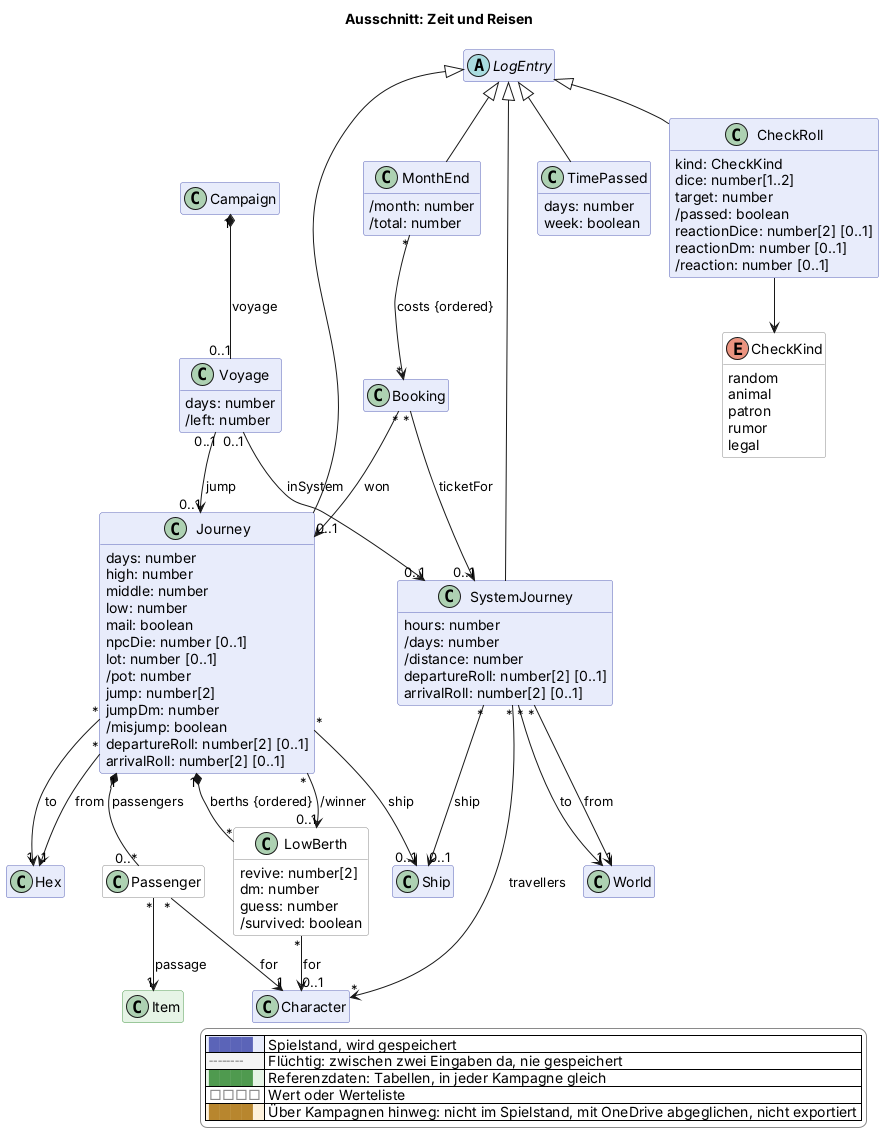
Before: docs/views/reise.png, a diagram exported from PlantUML (scuzzar/SRE). Source of this version:
```plantuml
@startuml
!if %not(%variable_exists("$change"))
!$change = "*"
!endif
!function $marked($c)
!return $change == "*" || $change == $c
!endfunction
!function $new($c, $t)
!if $marked($c)
!return "<color:#d0021b><b>" + $t + "</b></color>"
!endif
!return $t
!endfunction
!procedure $gone($c, $t)
!if $marked($c)
<color:#d0021b><s>$t</s></color>
!endif
!endprocedure
!function $newClass($c)
!if $marked($c)
!return "#line:d0021b;line.bold"
!endif
!return ""
!endfunction
!function $newArrow($c)
!if $marked($c)
!return "[#d0021b,bold]"
!endif
!return ""
!endfunction
!function $goneArrow($c)
!if $marked($c)
!return "[#d0021b,dashed]"
!endif
!return ""
!endfunction
!pragma layout smetana
title Ausschnitt: Zeit und Reisen
hide empty members
hide methods
skinparam classAttributeIconSize 0
skinparam shadowing false
skinparam packageStyle rectangle
skinparam class {
  BackgroundColor #e8ecfb
  BorderColor #5b64b8
  BackgroundColor<<transient>> #f4f4f4
  BorderColor<<transient>> #8a8a8a
  BackgroundColor<<reference>> #e6f4e6
  BorderColor<<reference>> #4f9a4f
  BackgroundColor<<value>> #ffffff
  BorderColor<<value>> #8a8a8a
  BackgroundColor<<browser>> #fdf1dc
  BorderColor<<browser>> #b8862e
}
skinparam legendBackgroundColor #ffffff
skinparam legendBorderColor #8a8a8a
<style>
classDiagram {
  class {
    .transient {
      LineStyle 5-3
    }
  }
}
</style>
hide <<transient>> stereotype
hide <<reference>> stereotype
hide <<value>> stereotype
hide <<browser>> stereotype

  class Campaign $kampagne
  class Booking $shop
  class Character $charakter

  class Ship $schiffe




  class Hex $sektor
  class World $sektor


  abstract class LogEntry $probe

  class TimePassed $reise {
    days: number
    week: boolean
  }
  class MonthEnd $reise {
    /month: number
    /total: number
  }
  class CheckRoll $reise {
    kind: CheckKind
    dice: number[1..2]
    target: number
    /passed: boolean
    reactionDice: number[2] [0..1]
    reactionDm: number [0..1]
    /reaction: number [0..1]
  }
  enum CheckKind <<value>> $reise {
    random
    animal
    patron
    rumor
    legal
  }
  class Journey $reise {
    days: number
    high: number
    middle: number
    low: number
    mail: boolean
    npcDie: number [0..1]
    lot: number [0..1]
    /pot: number
    jump: number[2]
    jumpDm: number
    /misjump: boolean
    departureRoll: number[2] [0..1]
    arrivalRoll: number[2] [0..1]
  }
  class Passenger <<value>> $reise {
  }
  class Voyage $reise {
    days: number
    /left: number
  }
  class SystemJourney $reise {
    hours: number
    /days: number
    /distance: number
    departureRoll: number[2] [0..1]
    arrivalRoll: number[2] [0..1]
  }
  class LowBerth <<value>> $reise {
    revive: number[2]
    dm: number
    guess: number
    /survived: boolean
  }


  class Item <<reference>> $shop





LogEntry <|-- TimePassed
LogEntry <|-- CheckRoll
CheckRoll --> CheckKind
LogEntry <|-- Journey
Journey "*" --> "1" Hex : from
Journey "*" --> "1" Hex : to
Journey "1" *-- "0..*" Passenger : passengers
Passenger "*" --> "1" Character : for
Passenger "*" --> "1" Item : passage
Journey "1" *-- "*" LowBerth : berths {ordered}
LowBerth "*" --> "0..1" Character : for
Journey "*" --> "0..1" LowBerth : /winner
Journey "*" --> "0..1" Ship : ship
LogEntry <|-- MonthEnd
MonthEnd "*" --> "*" Booking : costs {ordered}
Booking "*" --> "0..1" Journey : won
LogEntry <|-- SystemJourney
SystemJourney "*" --> "1" World : from
SystemJourney "*" --> "1" World : to
SystemJourney "*" --> "*" Character : travellers
SystemJourney "*" --> "0..1" Ship : ship
Campaign "1" *-- "0..1" Voyage : voyage
Voyage "0..1" --> "0..1" Journey : jump
Voyage "0..1" --> "0..1" SystemJourney : inSystem
Booking "*" --> "0..1" SystemJourney : ticketFor












legend right
  |<#e8ecfb> <color:#5b64b8>████</color> | Spielstand, wird gespeichert |
  |<#f4f4f4> <color:#8a8a8a>╌╌╌╌</color> | Flüchtig: zwischen zwei Eingaben da, nie gespeichert |
  |<#e6f4e6> <color:#4f9a4f>████</color> | Referenzdaten: Tabellen, in jeder Kampagne gleich |
  |<#ffffff> <color:#8a8a8a>□□□□</color> | Wert oder Werteliste |
  |<#fdf1dc> <color:#b8862e>████</color> | Über Kampagnen hinweg: nicht im Spielstand, mit OneDrive abgeglichen, nicht exportiert |
endlegend
@enduml
```
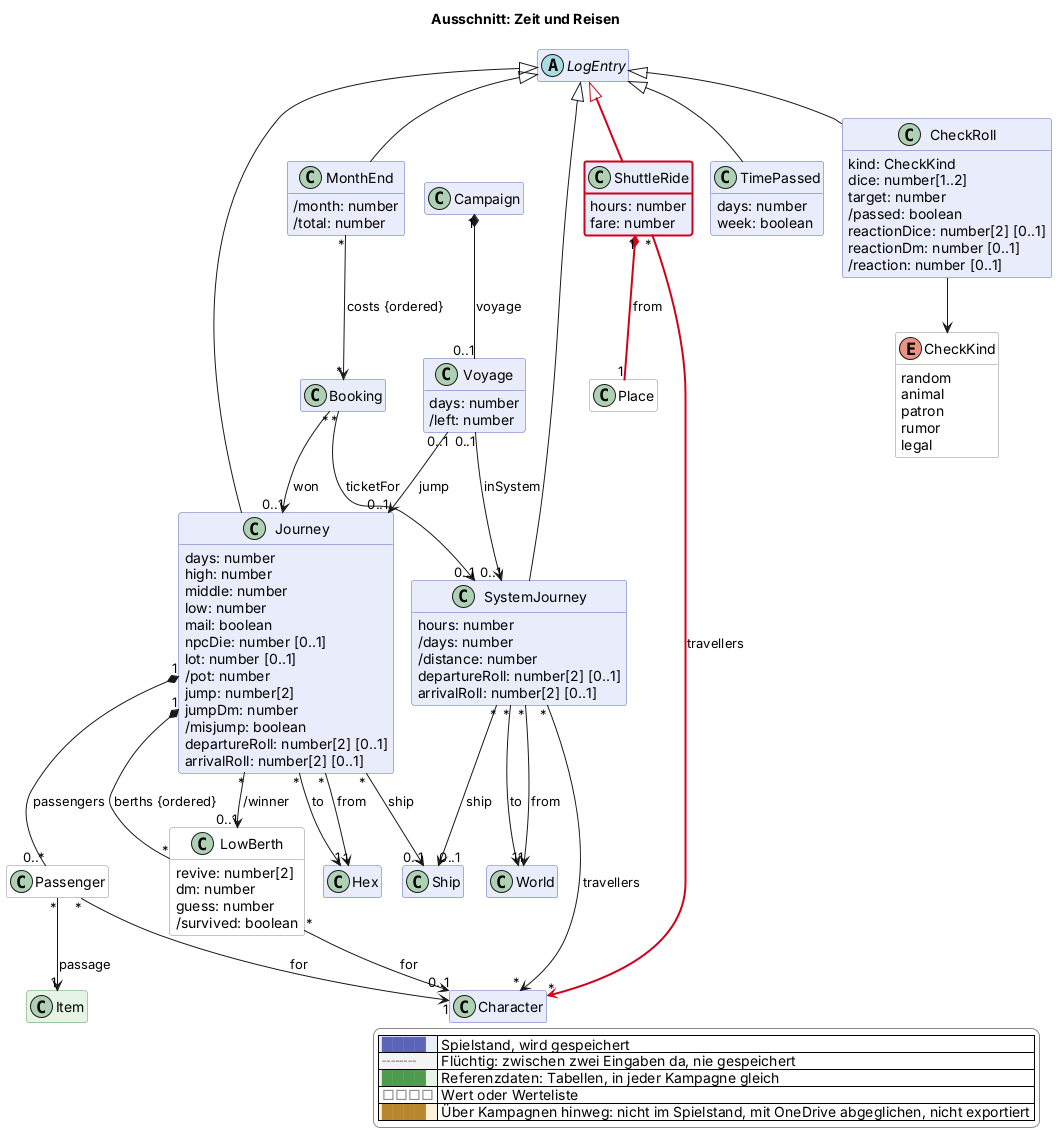
After the change.

Diff of the diagram source:
```diff
@@ -129,6 +129,10 @@
     days: number
     /left: number
   }
+  class ShuttleRide $reise $newClass("2026-11-28b") {
+    hours: number
+    fare: number
+  }
   class SystemJourney $reise {
     hours: number
     /days: number
@@ -145,6 +149,7 @@
 
 
   class Item <<reference>> $shop
+  class Place <<value>> $oberflaeche
 
 
 
@@ -167,6 +172,9 @@
 MonthEnd "*" --> "*" Booking : costs {ordered}
 Booking "*" --> "0..1" Journey : won
 LogEntry <|-- SystemJourney
+LogEntry <|-$newArrow("2026-11-28b")- ShuttleRide
+ShuttleRide "1" *-$newArrow("2026-11-28b")- "1" Place : from
+ShuttleRide "*" -$newArrow("2026-11-28b")-> "*" Character : travellers
 SystemJourney "*" --> "1" World : from
 SystemJourney "*" --> "1" World : to
 SystemJourney "*" --> "*" Character : travellers
```
